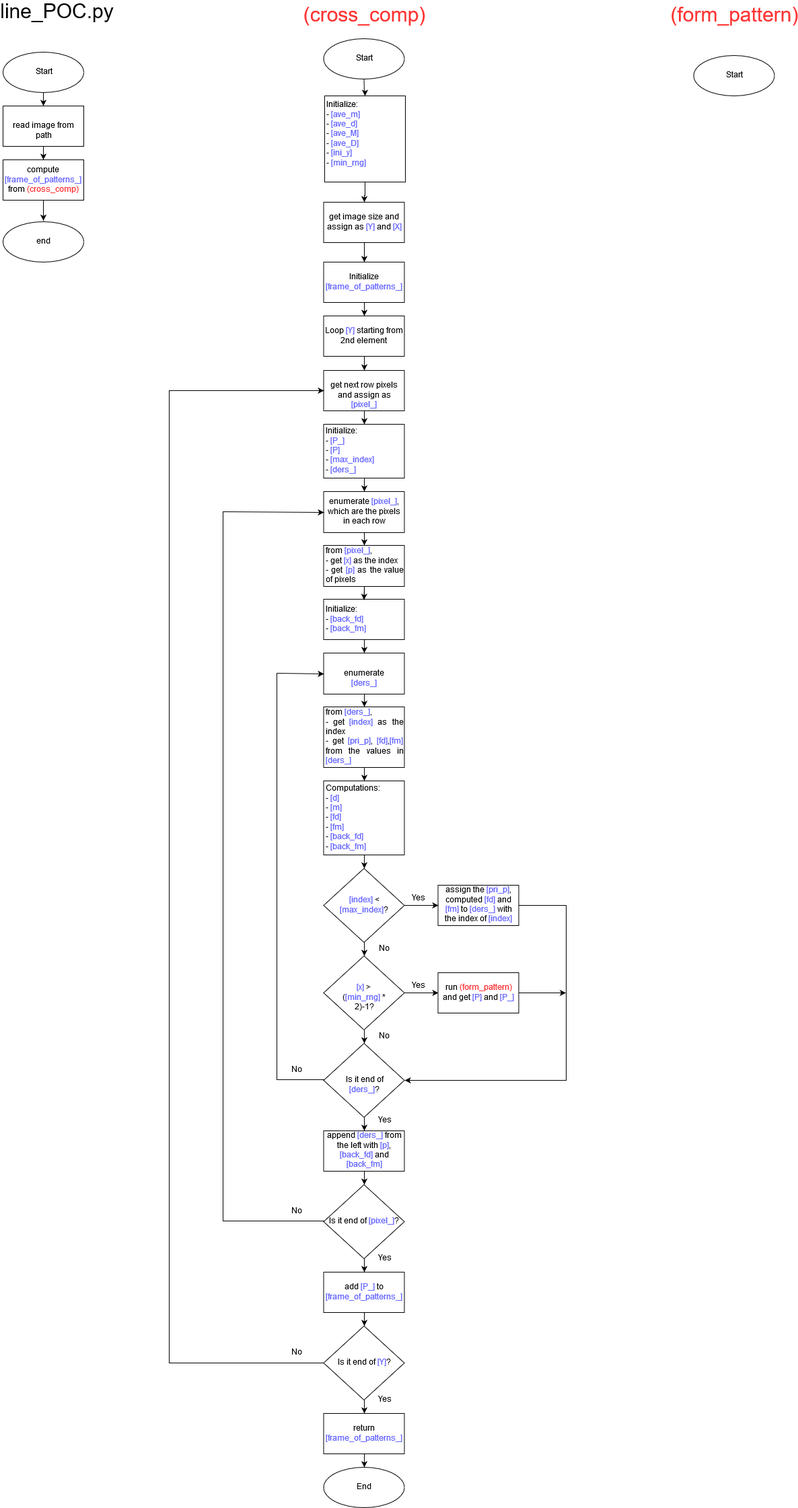
Before: line_1D_alg/line_POC.png, a diagram exported from draw.io (boris-kz/CogAlg). Source tidied: cells renumbered, new cells last; positions are measured from the earlier drawing's top-left corner, leaving out a move shared by most shapes.
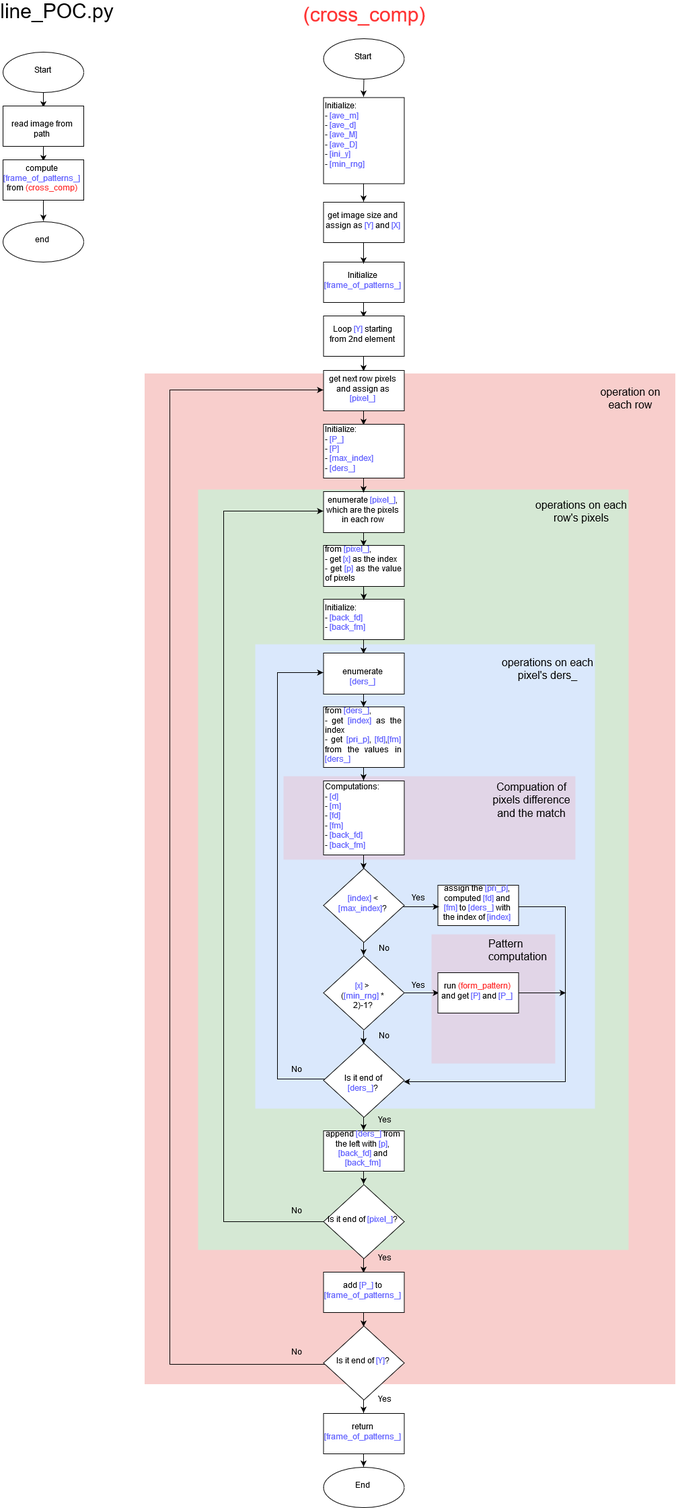
Above is the later version.

The edit, as a diff of the source:
```diff
@@ -2,6 +2,21 @@
   <root>
     <mxCell id="0" />
     <mxCell id="1" parent="0" />
+    <mxCell id="75" style="rounded=0;whiteSpace=wrap;html=1;fillColor=#f8cecc;align=center;strokeColor=#FFFFFF;" parent="1" vertex="1">
+      <mxGeometry x="210" y="547" width="790" height="1503" as="geometry" />
+    </mxCell>
+    <mxCell id="76" style="rounded=0;whiteSpace=wrap;html=1;fillColor=#d5e8d4;align=center;strokeColor=none;" parent="1" vertex="1">
+      <mxGeometry x="290" y="720" width="640" height="1130" as="geometry" />
+    </mxCell>
+    <mxCell id="77" style="rounded=0;whiteSpace=wrap;html=1;align=center;fillColor=#dae8fc;strokeColor=none;" parent="1" vertex="1">
+      <mxGeometry x="375" y="950" width="505" height="690" as="geometry" />
+    </mxCell>
+    <mxCell id="78" style="rounded=0;whiteSpace=wrap;html=1;fillColor=#e1d5e7;align=center;strokeColor=none;" parent="1" vertex="1">
+      <mxGeometry x="637" y="1381" width="184" height="192" as="geometry" />
+    </mxCell>
+    <mxCell id="79" style="rounded=0;whiteSpace=wrap;html=1;fillColor=#e1d5e7;align=center;strokeColor=none;" parent="1" vertex="1">
+      <mxGeometry x="417" y="1146" width="434" height="124" as="geometry" />
+    </mxCell>
     <mxCell id="2" style="edgeStyle=orthogonalEdgeStyle;rounded=0;jettySize=auto;html=1;entryX=0.5;entryY=0;entryDx=0;entryDy=0;" parent="1" edge="1" source="3" target="14">
       <mxGeometry relative="1" as="geometry" />
     </mxCell>
@@ -45,7 +60,7 @@
       <mxGeometry relative="1" as="geometry" />
     </mxCell>
     <mxCell id="14" value="&lt;div align=&quot;justify&quot;&gt;Initialize:&lt;/div&gt;&lt;div align=&quot;justify&quot;&gt;- &lt;font color=&quot;#6666FF&quot;&gt;[ave_m]&amp;nbsp;&amp;nbsp;&amp;nbsp;&amp;nbsp; &lt;br&gt;&lt;/font&gt;&lt;/div&gt;&lt;div align=&quot;justify&quot;&gt;- &lt;font color=&quot;#6666FF&quot;&gt;[ave_d]&lt;/font&gt;&lt;/div&gt;&lt;div align=&quot;justify&quot;&gt;- &lt;font color=&quot;#6666FF&quot;&gt;[ave_M]&lt;/font&gt;&lt;br&gt;&lt;div&gt;- &lt;font color=&quot;#6666FF&quot;&gt;[ave_D]&lt;/font&gt;&lt;/div&gt;&lt;/div&gt;&lt;div align=&quot;justify&quot;&gt;- &lt;font color=&quot;#6666FF&quot;&gt;[ini_y]&amp;nbsp;&amp;nbsp;&amp;nbsp;&amp;nbsp;&amp;nbsp;&amp;nbsp;&amp;nbsp;&amp;nbsp;&amp;nbsp;&amp;nbsp; &lt;br&gt;&lt;/font&gt;&lt;/div&gt;&lt;div align=&quot;justify&quot;&gt;&lt;font color=&quot;#6666FF&quot;&gt;&lt;font color=&quot;#000000&quot;&gt;- &lt;font color=&quot;#6666FF&quot;&gt;[min_rng]&amp;nbsp;&amp;nbsp;&amp;nbsp;&amp;nbsp;&amp;nbsp;&amp;nbsp;&amp;nbsp; &lt;/font&gt;&lt;/font&gt;&lt;/font&gt;&lt;br&gt;&lt;/div&gt;" style="rounded=0;html=1;align=left;verticalAlign=top;" parent="1" vertex="1">
-      <mxGeometry x="478" y="135" width="120" height="128" as="geometry" />
+      <mxGeometry x="476.5" y="137.5" width="120" height="128" as="geometry" />
     </mxCell>
     <mxCell id="15" style="edgeStyle=orthogonalEdgeStyle;rounded=0;jettySize=auto;html=1;entryX=0.5;entryY=0;entryDx=0;entryDy=0;" parent="1" edge="1" source="16" target="5">
       <mxGeometry relative="1" as="geometry" />
@@ -247,11 +262,20 @@
     <mxCell id="72" value="&lt;font style=&quot;font-size: 30px&quot;&gt;line_POC.py&lt;/font&gt;" style="text;html=1;strokeColor=none;fillColor=none;align=center;verticalAlign=middle;whiteSpace=wrap;rounded=0;" parent="1" vertex="1">
       <mxGeometry x="60" width="40" height="20" as="geometry" />
     </mxCell>
-    <mxCell id="73" value="&lt;font style=&quot;font-size: 30px&quot; color=&quot;#FF3333&quot;&gt;(form_pattern)&lt;/font&gt;" style="text;html=1;strokeColor=none;fillColor=none;align=center;verticalAlign=middle;whiteSpace=wrap;rounded=0;" parent="1" vertex="1">
-      <mxGeometry x="1066.5" y="5" width="40" height="20" as="geometry" />
-    </mxCell>
-    <mxCell id="74" value="Start" style="ellipse;whiteSpace=wrap;html=1;" parent="1" vertex="1">
-      <mxGeometry x="1026.5" y="75" width="120" height="60" as="geometry" />
-    </mxCell>
+    <mxCell id="80" value="&lt;font style=&quot;font-size: 16px&quot;&gt;operation on each row&lt;/font&gt;" style="text;html=1;strokeColor=none;fillColor=none;align=center;verticalAlign=middle;whiteSpace=wrap;rounded=0;" parent="1" vertex="1">
+      <mxGeometry x="872.5" y="554" width="120" height="64" as="geometry" />
+    </mxCell>
+    <mxCell id="81" value="&lt;font style=&quot;font-size: 16px&quot;&gt;operations on each row's pixels&lt;/font&gt;" style="text;html=1;strokeColor=none;fillColor=none;align=center;verticalAlign=middle;whiteSpace=wrap;rounded=0;" parent="1" vertex="1">
+      <mxGeometry x="790" y="722" width="140" height="64" as="geometry" />
+    </mxCell>
+    <mxCell id="82" value="&lt;font style=&quot;font-size: 16px&quot;&gt;operations on each pixel's ders_&lt;br&gt;&lt;/font&gt;" style="text;html=1;strokeColor=none;fillColor=none;align=center;verticalAlign=middle;whiteSpace=wrap;rounded=0;" parent="1" vertex="1">
+      <mxGeometry x="740" y="956" width="140" height="64" as="geometry" />
+    </mxCell>
+    <mxCell id="83" value="&lt;font style=&quot;font-size: 16px&quot;&gt;Compuation of pixels difference and the match&lt;/font&gt;" style="text;html=1;strokeColor=none;fillColor=none;align=center;verticalAlign=middle;whiteSpace=wrap;rounded=0;" parent="1" vertex="1">
+      <mxGeometry x="721" y="1146" width="130" height="74" as="geometry" />
+    </mxCell>
+    <mxCell id="84" value="&lt;div style=&quot;font-size: 16px&quot;&gt;&lt;font style=&quot;font-size: 16px&quot;&gt;Pattern &lt;br&gt;&lt;/font&gt;&lt;/div&gt;&lt;div style=&quot;font-size: 16px&quot;&gt;&lt;font style=&quot;font-size: 16px&quot;&gt;computation&lt;/font&gt;&lt;/div&gt;" style="text;html=1;" parent="1" vertex="1">
+      <mxGeometry x="720" y="1381" width="90" height="60" as="geometry" />
+    </mxCell>
   </root>
 </mxGraphModel>
```
